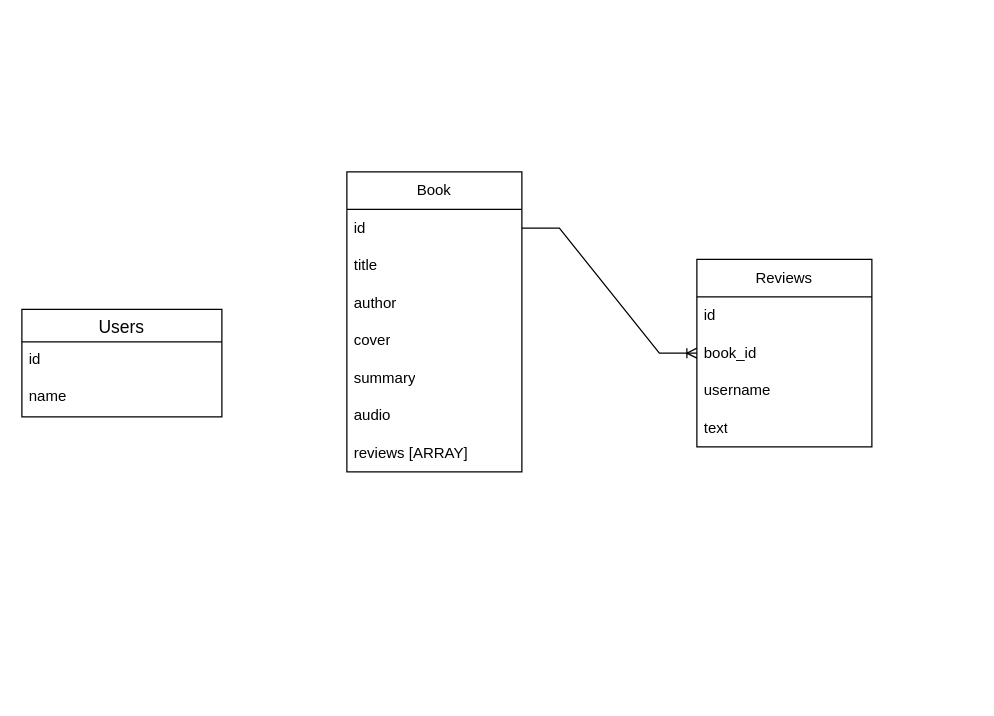
Earlier version of the draw.io diagram server/diagramms/1.drawio (makrenka/Audiobooks-bel). Source tidied: cells renumbered, new cells numbered last; positions are measured from the earlier drawing's top-left corner, leaving out a move shared by most shapes. Both pictures are drawn from the tidied source at 125%, with x=0, y=0 at pixel (21, 171).
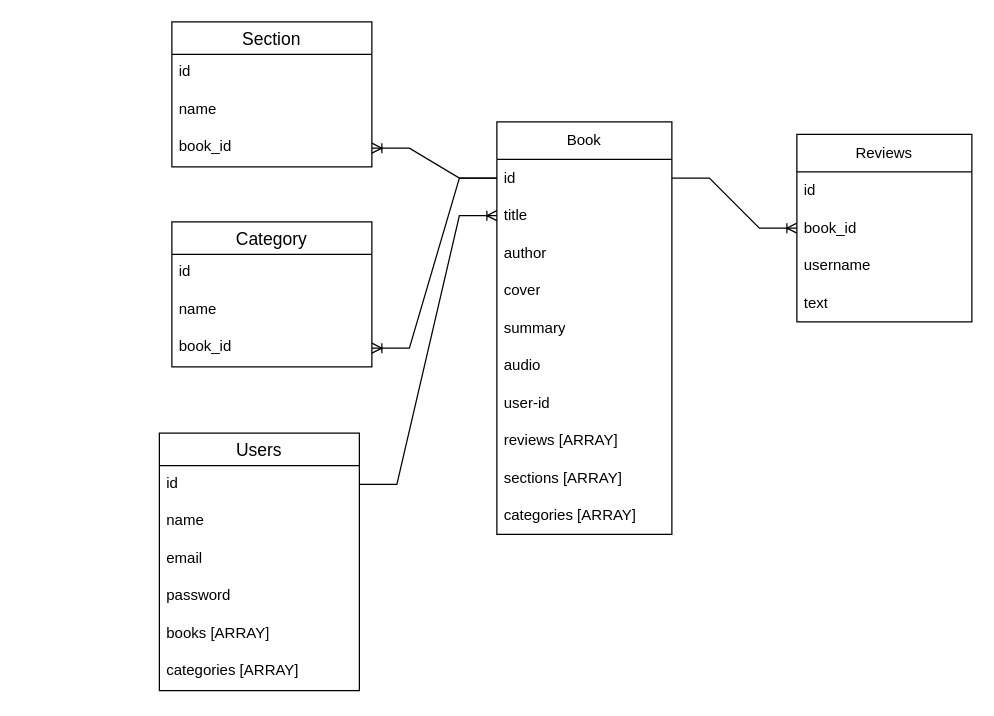
Above is the later version.

Unchanged cells that the change refers to:
```xml
<mxCell id="3" value="id" style="text;strokeColor=none;fillColor=none;align=left;verticalAlign=middle;spacingLeft=4;spacingRight=4;overflow=hidden;points=[[0,0.5],[1,0.5]];portConstraint=eastwest;whiteSpace=wrap;html=1;" parent="2" vertex="1">
  <mxGeometry y="30" width="140" height="30" as="geometry" />
</mxCell>
<mxCell id="4" value="title" style="text;strokeColor=none;fillColor=none;align=left;verticalAlign=middle;spacingLeft=4;spacingRight=4;overflow=hidden;points=[[0,0.5],[1,0.5]];portConstraint=eastwest;whiteSpace=wrap;html=1;" parent="2" vertex="1">
  <mxGeometry y="60" width="140" height="30" as="geometry" />
</mxCell>
<mxCell id="17" value="id" style="text;strokeColor=none;fillColor=none;spacingLeft=4;spacingRight=4;overflow=hidden;points=[[0,0.5],[1,0.5]];portConstraint=eastwest;fontSize=12;whiteSpace=wrap;html=1;" parent="16" vertex="1">
  <mxGeometry y="26" width="160" height="30" as="geometry" />
</mxCell>
```

Change to the diagram source:
```diff
@@
     <mxCell id="2" value="Book" style="swimlane;fontStyle=0;horizontal=1;startSize=30;whiteSpace=wrap;html=1;" parent="1" vertex="1">
-      <mxGeometry x="260" width="140" height="240" as="geometry" />
+      <mxGeometry x="380" y="-40" width="140" height="330" as="geometry" />
     </mxCell>
@@
+    <mxCell id="19" value="user-id" style="text;strokeColor=none;fillColor=none;align=left;verticalAlign=middle;spacingLeft=4;spacingRight=4;overflow=hidden;whiteSpace=wrap;html=1;" parent="2" vertex="1">
+      <mxGeometry y="210" width="140" height="30" as="geometry" />
+    </mxCell>
     <mxCell id="9" value="reviews [ARRAY]" style="text;strokeColor=none;fillColor=none;align=left;verticalAlign=middle;spacingLeft=4;spacingRight=4;overflow=hidden;whiteSpace=wrap;html=1;" parent="2" vertex="1">
-      <mxGeometry y="210" width="140" height="30" as="geometry" />
+      <mxGeometry y="240" width="140" height="30" as="geometry" />
     </mxCell>
+    <mxCell id="20" value="sections [ARRAY]" style="text;strokeColor=none;fillColor=none;align=left;verticalAlign=middle;spacingLeft=4;spacingRight=4;overflow=hidden;whiteSpace=wrap;html=1;" parent="2" vertex="1">
+      <mxGeometry y="270" width="140" height="30" as="geometry" />
+    </mxCell>
+    <mxCell id="21" value="categories [ARRAY]" style="text;strokeColor=none;fillColor=none;align=left;verticalAlign=middle;spacingLeft=4;spacingRight=4;overflow=hidden;whiteSpace=wrap;html=1;" parent="2" vertex="1">
+      <mxGeometry y="300" width="140" height="30" as="geometry" />
+    </mxCell>
     <mxCell id="10" value="Reviews" style="swimlane;fontStyle=0;horizontal=1;startSize=30;whiteSpace=wrap;html=1;" parent="1" vertex="1">
-      <mxGeometry x="540" y="70" width="140" height="150" as="geometry" />
+      <mxGeometry x="620" y="-30" width="140" height="150" as="geometry" />
     </mxCell>
@@
     <mxCell id="16" value="Users" style="swimlane;fontStyle=0;horizontal=1;startSize=26;align=center;fontSize=14;" parent="1" vertex="1">
-      <mxGeometry y="110" width="160" height="86" as="geometry" />
+      <mxGeometry x="110" y="209" width="160" height="206" as="geometry" />
     </mxCell>
@@
+    <mxCell id="22" value="email" style="text;strokeColor=none;fillColor=none;spacingLeft=4;spacingRight=4;overflow=hidden;fontSize=12;whiteSpace=wrap;html=1;" parent="16" vertex="1">
+      <mxGeometry y="86" width="160" height="30" as="geometry" />
+    </mxCell>
+    <mxCell id="23" value="password" style="text;strokeColor=none;fillColor=none;spacingLeft=4;spacingRight=4;overflow=hidden;fontSize=12;whiteSpace=wrap;html=1;" parent="16" vertex="1">
+      <mxGeometry y="116" width="160" height="30" as="geometry" />
+    </mxCell>
+    <mxCell id="24" value="books [ARRAY]" style="text;strokeColor=none;fillColor=none;spacingLeft=4;spacingRight=4;overflow=hidden;fontSize=12;whiteSpace=wrap;html=1;" parent="16" vertex="1">
+      <mxGeometry y="146" width="160" height="30" as="geometry" />
+    </mxCell>
+    <mxCell id="25" value="categories [ARRAY]" style="text;strokeColor=none;fillColor=none;spacingLeft=4;spacingRight=4;overflow=hidden;fontSize=12;whiteSpace=wrap;html=1;" parent="16" vertex="1">
+      <mxGeometry y="176" width="160" height="30" as="geometry" />
+    </mxCell>
+    <mxCell id="26" value="Section" style="swimlane;fontStyle=0;horizontal=1;startSize=26;align=center;fontSize=14;" parent="1" vertex="1">
+      <mxGeometry x="120" y="-120" width="160" height="116" as="geometry" />
+    </mxCell>
+    <mxCell id="27" value="id" style="text;strokeColor=none;fillColor=none;spacingLeft=4;spacingRight=4;overflow=hidden;fontSize=12;whiteSpace=wrap;html=1;" parent="26" vertex="1">
+      <mxGeometry y="26" width="160" height="30" as="geometry" />
+    </mxCell>
+    <mxCell id="28" value="name" style="text;strokeColor=none;fillColor=none;spacingLeft=4;spacingRight=4;overflow=hidden;fontSize=12;whiteSpace=wrap;html=1;" parent="26" vertex="1">
+      <mxGeometry y="56" width="160" height="30" as="geometry" />
+    </mxCell>
+    <mxCell id="29" value="book_id" style="text;strokeColor=none;fillColor=none;spacingLeft=4;spacingRight=4;overflow=hidden;points=[[0,0.5],[1,0.5]];portConstraint=eastwest;fontSize=12;whiteSpace=wrap;html=1;" parent="26" vertex="1">
+      <mxGeometry y="86" width="160" height="30" as="geometry" />
+    </mxCell>
+    <mxCell id="30" value="Category" style="swimlane;fontStyle=0;horizontal=1;startSize=26;align=center;fontSize=14;" parent="1" vertex="1">
+      <mxGeometry x="120" y="40" width="160" height="116" as="geometry" />
+    </mxCell>
+    <mxCell id="31" value="id" style="text;strokeColor=none;fillColor=none;spacingLeft=4;spacingRight=4;overflow=hidden;fontSize=12;whiteSpace=wrap;html=1;" parent="30" vertex="1">
+      <mxGeometry y="26" width="160" height="30" as="geometry" />
+    </mxCell>
+    <mxCell id="32" value="name" style="text;strokeColor=none;fillColor=none;spacingLeft=4;spacingRight=4;overflow=hidden;fontSize=12;whiteSpace=wrap;html=1;" parent="30" vertex="1">
+      <mxGeometry y="56" width="160" height="30" as="geometry" />
+    </mxCell>
+    <mxCell id="33" value="book_id" style="text;strokeColor=none;fillColor=none;spacingLeft=4;spacingRight=4;overflow=hidden;points=[[0,0.5],[1,0.5]];portConstraint=eastwest;fontSize=12;whiteSpace=wrap;html=1;" parent="30" vertex="1">
+      <mxGeometry y="86" width="160" height="30" as="geometry" />
+    </mxCell>
+    <mxCell id="34" style="edgeStyle=entityRelationEdgeStyle;fontSize=12;html=1;endArrow=ERoneToMany;rounded=0;entryX=1;entryY=0.5;entryDx=0;entryDy=0;exitX=0;exitY=0.5;exitDx=0;exitDy=0;" parent="1" edge="1" source="3" target="33">
+      <mxGeometry relative="1" as="geometry" />
+    </mxCell>
+    <mxCell id="35" style="edgeStyle=entityRelationEdgeStyle;fontSize=12;html=1;endArrow=ERoneToMany;rounded=0;entryX=1;entryY=0.5;entryDx=0;entryDy=0;exitX=0;exitY=0.5;exitDx=0;exitDy=0;" parent="1" edge="1" source="3" target="29">
+      <mxGeometry relative="1" as="geometry" />
+    </mxCell>
+    <mxCell id="36" style="edgeStyle=entityRelationEdgeStyle;fontSize=12;html=1;endArrow=ERoneToMany;rounded=0;entryX=0;entryY=0.5;entryDx=0;entryDy=0;exitX=1;exitY=0.5;exitDx=0;exitDy=0;" parent="1" edge="1" source="17" target="4">
+      <mxGeometry relative="1" as="geometry" />
+    </mxCell>
```
